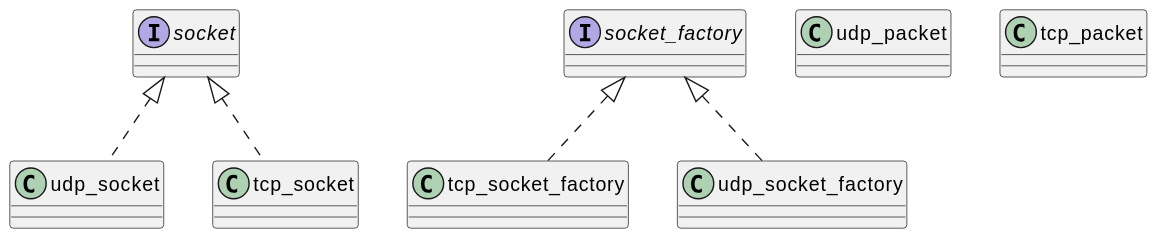
Before: class_design.svg, a diagram exported from PlantUML (detective-sokka/SocketProgramming). Source of this version:
```plantuml
@startuml
interface socket
class udp_socket
class tcp_socket
interface socket_factory
class tcp_socket_factory
class udp_socket_factory
class udp_packet
class tcp_packet

socket <|.. udp_socket
socket <|.. tcp_socket

socket_factory <|.. tcp_socket_factory
socket_factory <|.. udp_socket_factory
@enduml
```
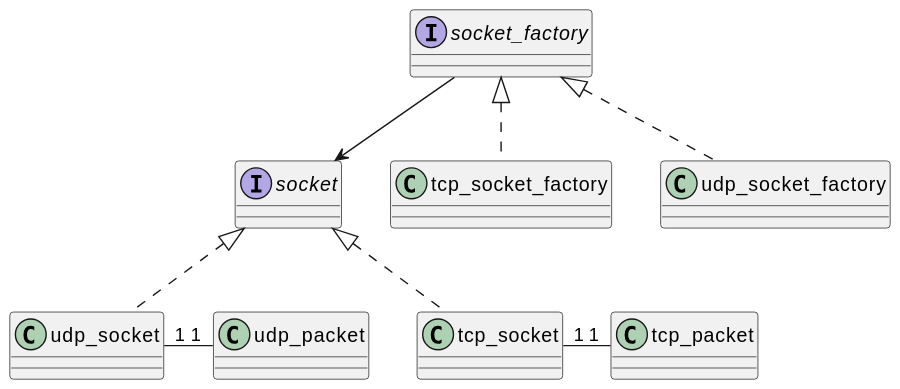
After the commit.

Commit message:
Update class diagram

Change to the diagram source:
```diff
@@ -13,4 +13,9 @@
 
 socket_factory <|.. tcp_socket_factory
 socket_factory <|.. udp_socket_factory
+
+socket_factory --> socket
+
+udp_socket "1" - "1" udp_packet
+tcp_socket "1" - "1" tcp_packet
 @enduml
```
